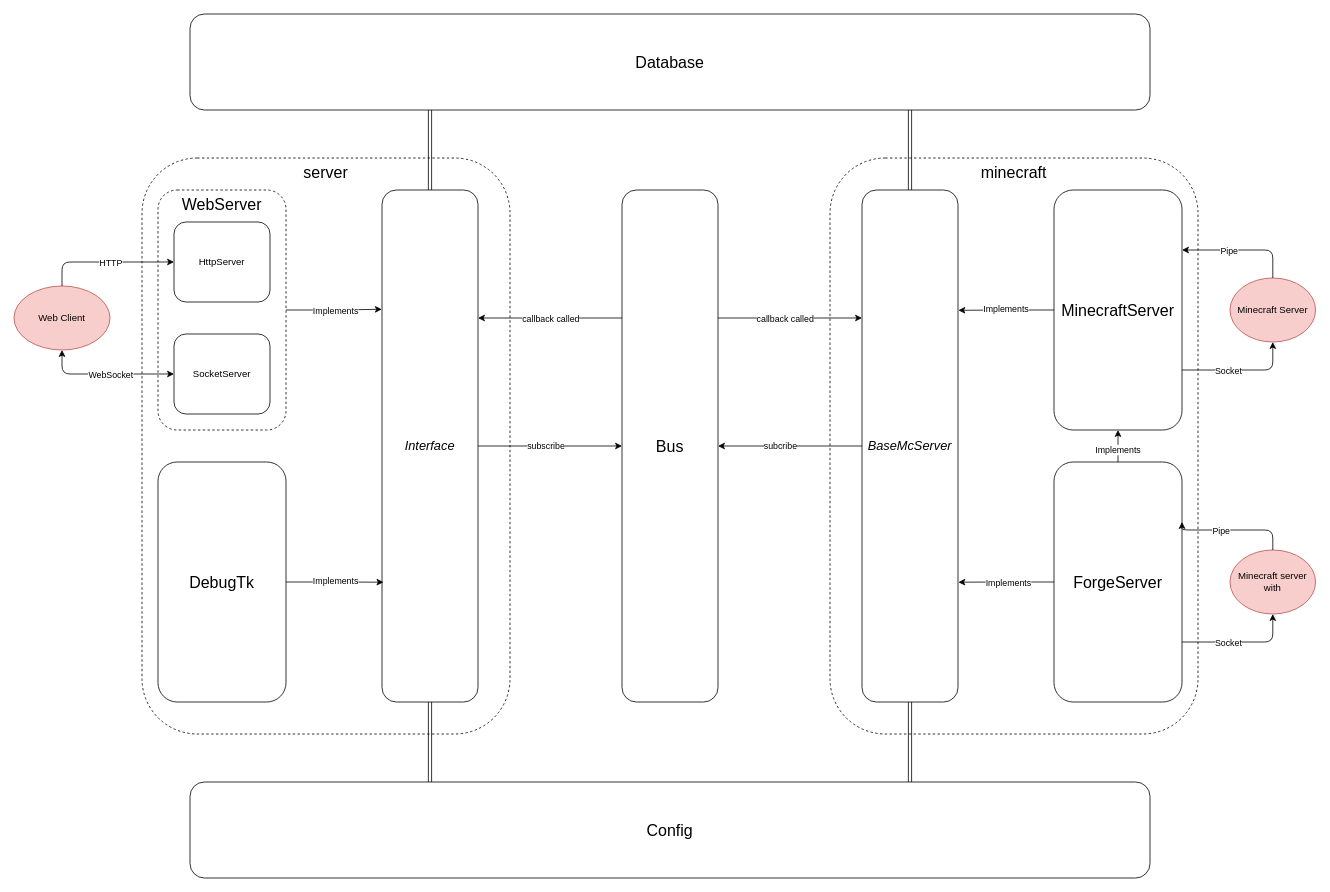
Above: Communication.drawio in modular-server-manager/server (draw.io), before the change. Source tidied: cells renumbered, new cells numbered last; positions are measured from the earlier drawing's top-left corner, leaving out a move shared by most shapes. Both pictures are drawn from the tidied source at 80%, with x=0, y=0 at pixel (14, 14).
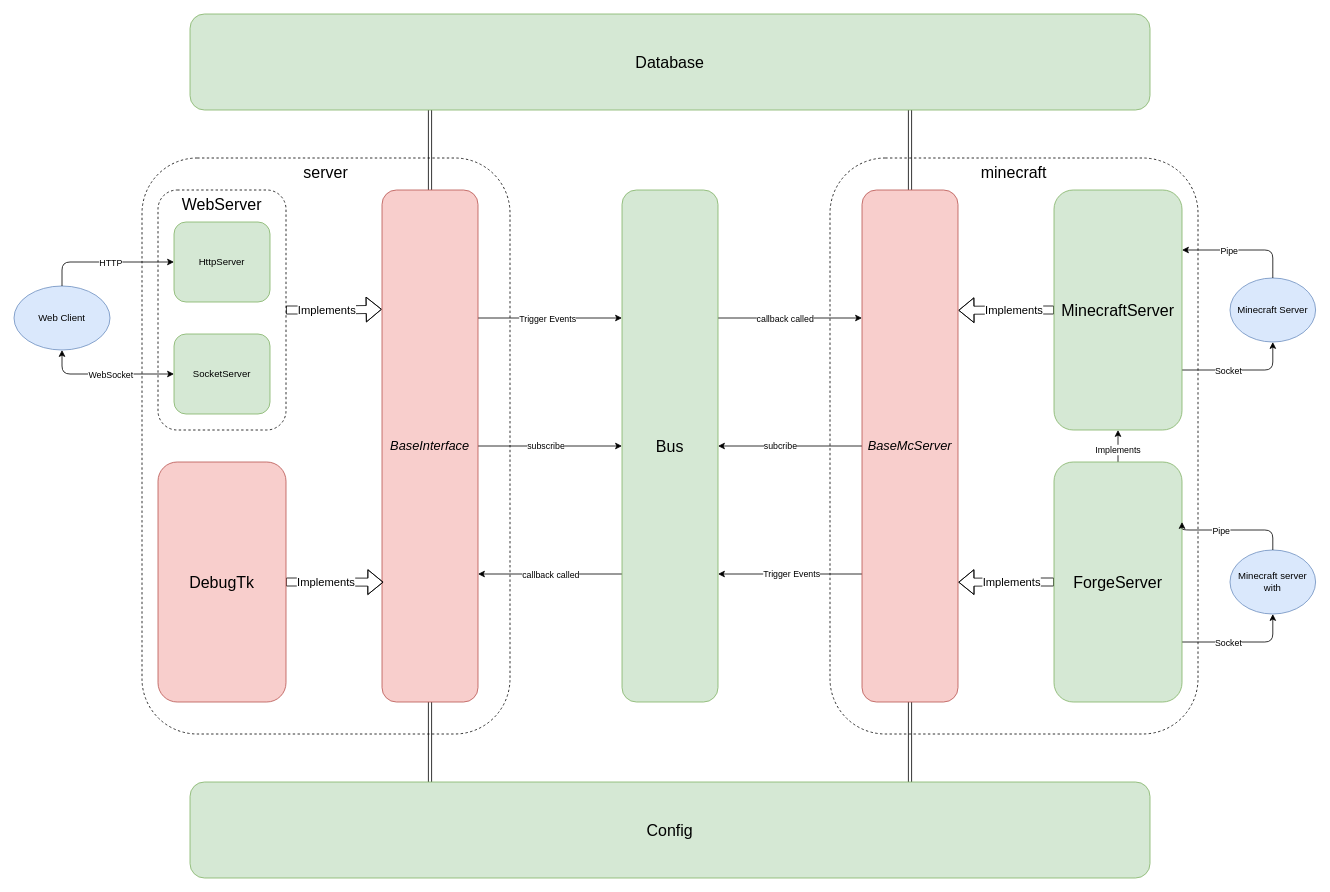
Above is the later version.

Commit message:
Updating Communication diagram

Unchanged cells that the change refers to:
```xml
<mxCell id="6" value="WebServer" style="rounded=1;whiteSpace=wrap;html=1;fillColor=none;dashed=1;align=center;verticalAlign=top;horizontal=1;fontSize=20;" parent="1" vertex="1">
  <mxGeometry x="180" y="220" width="160" height="300" as="geometry" />
</mxCell>
<mxCell id="49" style="edgeStyle=orthogonalEdgeStyle;rounded=0;jettySize=auto;html=1;exitX=1;exitY=0.25;exitDx=0;exitDy=0;entryX=0;entryY=0.25;entryDx=0;entryDy=0;" parent="1" edge="1" source="51" target="35">
  <mxGeometry relative="1" as="geometry" />
</mxCell>
```

Diff of the diagram source:
```diff
@@
-    <mxCell id="4" style="edgeStyle=orthogonalEdgeStyle;rounded=0;jettySize=auto;html=1;exitX=1;exitY=0.5;exitDx=0;exitDy=0;entryX=-0.002;entryY=0.233;entryDx=0;entryDy=0;entryPerimeter=0;" parent="1" edge="1" source="6" target="28">
+    <mxCell id="4" style="edgeStyle=orthogonalEdgeStyle;rounded=0;jettySize=auto;html=1;exitX=1;exitY=0.5;exitDx=0;exitDy=0;entryX=-0.002;entryY=0.233;entryDx=0;entryDy=0;entryPerimeter=0;shape=flexArrow;" parent="1" edge="1" source="6" target="28">
       <mxGeometry relative="1" as="geometry" />
     </mxCell>
-    <mxCell id="5" value="Implements" style="edgeLabel;html=1;align=center;verticalAlign=middle;" parent="4" vertex="1">
-      <mxGeometry x="0.03" y="-1" relative="1" as="geometry" />
+    <mxCell id="5" value="Implements" style="edgeLabel;html=1;align=center;verticalAlign=middle;fontSize=14;" parent="4" vertex="1">
+      <mxGeometry x="0.03" y="-1" relative="1" as="geometry">
+        <mxPoint x="-11" as="offset" />
+      </mxGeometry>
     </mxCell>
@@
-    <mxCell id="9" style="edgeStyle=orthogonalEdgeStyle;rounded=0;jettySize=auto;html=1;exitX=0;exitY=0.5;exitDx=0;exitDy=0;entryX=1.004;entryY=0.235;entryDx=0;entryDy=0;entryPerimeter=0;" parent="1" edge="1" source="11" target="35">
+    <mxCell id="9" style="edgeStyle=orthogonalEdgeStyle;rounded=0;jettySize=auto;html=1;exitX=0;exitY=0.5;exitDx=0;exitDy=0;entryX=1.004;entryY=0.235;entryDx=0;entryDy=0;entryPerimeter=0;shape=flexArrow;" parent="1" edge="1" source="11" target="35">
       <mxGeometry relative="1" as="geometry" />
     </mxCell>
-    <mxCell id="10" value="Implements" style="edgeLabel;html=1;align=center;verticalAlign=middle;" parent="9" vertex="1">
-      <mxGeometry x="0.01" y="-2" relative="1" as="geometry" />
+    <mxCell id="10" value="Implements" style="edgeLabel;html=1;align=center;verticalAlign=middle;fontSize=14;" parent="9" vertex="1">
+      <mxGeometry x="0.01" y="-2" relative="1" as="geometry">
+        <mxPoint x="10" y="2" as="offset" />
+      </mxGeometry>
     </mxCell>
-    <mxCell id="11" value="MinecraftServer" style="rounded=1;whiteSpace=wrap;html=1;fontSize=20;" parent="1" vertex="1">
+    <mxCell id="11" value="MinecraftServer" style="rounded=1;whiteSpace=wrap;html=1;fontSize=20;fillColor=#d5e8d4;strokeColor=#82b366;" parent="1" vertex="1">
       <mxGeometry x="1300" y="220" width="160" height="300" as="geometry" />
     </mxCell>
-    <mxCell id="12" value="Minecraft Server" style="ellipse;whiteSpace=wrap;html=1;fillColor=#f8cecc;strokeColor=#b85450;" parent="1" vertex="1">
+    <mxCell id="12" value="Minecraft Server" style="ellipse;whiteSpace=wrap;html=1;fillColor=#dae8fc;strokeColor=#6c8ebf;" parent="1" vertex="1">
       <mxGeometry x="1520" y="330" width="107" height="80" as="geometry" />
     </mxCell>
@@
-    <mxCell id="17" value="Web Client" style="ellipse;whiteSpace=wrap;html=1;fillColor=#f8cecc;strokeColor=#b85450;" parent="1" vertex="1">
+    <mxCell id="17" value="Web Client" style="ellipse;whiteSpace=wrap;html=1;fillColor=#dae8fc;strokeColor=#6c8ebf;fillStyle=auto;strokeWidth=1;shadow=0;" parent="1" vertex="1">
       <mxGeometry y="340" width="120" height="80" as="geometry" />
     </mxCell>
@@
-    <mxCell id="20" value="HttpServer" style="rounded=1;whiteSpace=wrap;html=1;" parent="1" vertex="1">
+    <mxCell id="20" value="HttpServer" style="rounded=1;whiteSpace=wrap;html=1;fillColor=#d5e8d4;strokeColor=#82b366;" parent="1" vertex="1">
       <mxGeometry x="200" y="260" width="120" height="100" as="geometry" />
     </mxCell>
-    <mxCell id="21" value="SocketServer" style="rounded=1;whiteSpace=wrap;html=1;" parent="1" vertex="1">
+    <mxCell id="21" value="SocketServer" style="rounded=1;whiteSpace=wrap;html=1;fillColor=#d5e8d4;strokeColor=#82b366;" parent="1" vertex="1">
       <mxGeometry x="200" y="400" width="120" height="100" as="geometry" />
     </mxCell>
@@
-    <mxCell id="24" value="Database" style="rounded=1;whiteSpace=wrap;html=1;fontSize=20;" parent="1" vertex="1">
+    <mxCell id="24" value="Database" style="rounded=1;whiteSpace=wrap;html=1;fontSize=20;fillColor=#d5e8d4;strokeColor=#82b366;" parent="1" vertex="1">
       <mxGeometry x="220" width="1200" height="120" as="geometry" />
     </mxCell>
@@
+    <mxCell id="52" style="edgeStyle=orthogonalEdgeStyle;rounded=0;jettySize=auto;html=1;exitX=1;exitY=0.25;exitDx=0;exitDy=0;entryX=0;entryY=0.25;entryDx=0;entryDy=0;" parent="1" edge="1" source="28" target="51">
+      <mxGeometry relative="1" as="geometry" />
+    </mxCell>
+    <mxCell id="53" value="Trigger Events" style="edgeLabel;html=1;align=center;verticalAlign=middle;" parent="52" vertex="1">
+      <mxGeometry x="0.01" y="-1" relative="1" as="geometry">
+        <mxPoint x="-5" y="-1" as="offset" />
+      </mxGeometry>
+    </mxCell>
-    <mxCell id="28" value="Interface" style="rounded=1;whiteSpace=wrap;html=1;fontSize=16;fontStyle=2;" parent="1" vertex="1">
+    <mxCell id="28" value="BaseInterface" style="rounded=1;whiteSpace=wrap;html=1;fontSize=16;fontStyle=2;fillColor=#f8cecc;strokeColor=#b85450;" parent="1" vertex="1">
       <mxGeometry x="460" y="220" width="120" height="640" as="geometry" />
     </mxCell>
-    <mxCell id="29" style="edgeStyle=orthogonalEdgeStyle;rounded=0;jettySize=auto;html=1;exitX=1;exitY=0.5;exitDx=0;exitDy=0;entryX=0.015;entryY=0.766;entryDx=0;entryDy=0;entryPerimeter=0;" parent="1" edge="1" source="31" target="28">
+    <mxCell id="29" style="edgeStyle=orthogonalEdgeStyle;rounded=0;jettySize=auto;html=1;exitX=1;exitY=0.5;exitDx=0;exitDy=0;entryX=0.015;entryY=0.766;entryDx=0;entryDy=0;entryPerimeter=0;shape=flexArrow;" parent="1" edge="1" source="31" target="28">
       <mxGeometry relative="1" as="geometry" />
     </mxCell>
-    <mxCell id="30" value="Implements" style="edgeLabel;html=1;align=center;verticalAlign=middle;" parent="29" vertex="1">
-      <mxGeometry x="0.02" y="2" relative="1" as="geometry" />
+    <mxCell id="30" value="Implements" style="edgeLabel;html=1;align=center;verticalAlign=middle;fontSize=14;" parent="29" vertex="1">
+      <mxGeometry x="0.02" y="2" relative="1" as="geometry">
+        <mxPoint x="-12" y="2" as="offset" />
+      </mxGeometry>
     </mxCell>
-    <mxCell id="31" value="DebugTk" style="rounded=1;whiteSpace=wrap;html=1;fontSize=20;" parent="1" vertex="1">
+    <mxCell id="31" value="DebugTk" style="rounded=1;whiteSpace=wrap;html=1;fontSize=20;fillColor=#f8cecc;strokeColor=#b85450;" parent="1" vertex="1">
       <mxGeometry x="180" y="560" width="160" height="300" as="geometry" />
     </mxCell>
@@
+    <mxCell id="54" style="edgeStyle=orthogonalEdgeStyle;rounded=0;jettySize=auto;html=1;exitX=0;exitY=0.75;exitDx=0;exitDy=0;entryX=1;entryY=0.75;entryDx=0;entryDy=0;" parent="1" edge="1" source="35" target="51">
+      <mxGeometry relative="1" as="geometry" />
+    </mxCell>
+    <mxCell id="55" value="Trigger Events" style="edgeLabel;html=1;align=center;verticalAlign=middle;" parent="54" vertex="1">
+      <mxGeometry x="-0.01" y="-1" relative="1" as="geometry" />
+    </mxCell>
-    <mxCell id="35" value="BaseMcServer" style="rounded=1;whiteSpace=wrap;html=1;fontSize=16;fontStyle=2;horizontal=1;" parent="1" vertex="1">
+    <mxCell id="35" value="BaseMcServer" style="rounded=1;whiteSpace=wrap;html=1;fontSize=16;fontStyle=2;horizontal=1;fillColor=#f8cecc;strokeColor=#b85450;" parent="1" vertex="1">
       <mxGeometry x="1060" y="220" width="120" height="640" as="geometry" />
     </mxCell>
-    <mxCell id="36" value="Config" style="rounded=1;whiteSpace=wrap;html=1;fontSize=20;" parent="1" vertex="1">
+    <mxCell id="36" value="Config" style="rounded=1;whiteSpace=wrap;html=1;fontSize=20;fillColor=#d5e8d4;strokeColor=#82b366;" parent="1" vertex="1">
       <mxGeometry x="220" y="960" width="1200" height="120" as="geometry" />
     </mxCell>
@@
-    <mxCell id="39" style="edgeStyle=orthogonalEdgeStyle;rounded=0;jettySize=auto;html=1;exitX=0;exitY=0.5;exitDx=0;exitDy=0;entryX=1.004;entryY=0.766;entryDx=0;entryDy=0;entryPerimeter=0;" parent="1" edge="1" source="43" target="35">
+    <mxCell id="39" style="edgeStyle=orthogonalEdgeStyle;rounded=0;jettySize=auto;html=1;exitX=0;exitY=0.5;exitDx=0;exitDy=0;entryX=1.004;entryY=0.766;entryDx=0;entryDy=0;entryPerimeter=0;shape=flexArrow;" parent="1" edge="1" source="43" target="35">
       <mxGeometry relative="1" as="geometry" />
     </mxCell>
-    <mxCell id="40" value="Implements" style="edgeLabel;html=1;align=center;verticalAlign=middle;" parent="39" vertex="1">
-      <mxGeometry x="-0.03" y="1" relative="1" as="geometry" />
+    <mxCell id="40" value="Implements" style="edgeLabel;html=1;align=center;verticalAlign=middle;fontSize=14;" parent="39" vertex="1">
+      <mxGeometry x="-0.03" y="1" relative="1" as="geometry">
+        <mxPoint x="4" y="-1" as="offset" />
+      </mxGeometry>
     </mxCell>
@@
-    <mxCell id="43" value="ForgeServer" style="rounded=1;whiteSpace=wrap;html=1;fontSize=20;" parent="1" vertex="1">
+    <mxCell id="43" value="ForgeServer" style="rounded=1;whiteSpace=wrap;html=1;fontSize=20;fillColor=#d5e8d4;strokeColor=#82b366;" parent="1" vertex="1">
       <mxGeometry x="1300" y="560" width="160" height="300" as="geometry" />
     </mxCell>
-    <mxCell id="44" value="Minecraft server with" style="ellipse;whiteSpace=wrap;html=1;fillColor=#f8cecc;strokeColor=#b85450;" parent="1" vertex="1">
+    <mxCell id="44" value="Minecraft server with" style="ellipse;whiteSpace=wrap;html=1;fillColor=#dae8fc;strokeColor=#6c8ebf;" parent="1" vertex="1">
       <mxGeometry x="1520" y="670" width="107" height="80" as="geometry" />
     </mxCell>
@@
-    <mxCell id="47" style="edgeStyle=orthogonalEdgeStyle;rounded=0;jettySize=auto;html=1;exitX=0;exitY=0.25;exitDx=0;exitDy=0;entryX=1;entryY=0.25;entryDx=0;entryDy=0;" parent="1" edge="1" source="51" target="28">
+    <mxCell id="47" style="edgeStyle=orthogonalEdgeStyle;rounded=0;jettySize=auto;html=1;exitX=0;exitY=0.75;exitDx=0;exitDy=0;entryX=1;entryY=0.75;entryDx=0;entryDy=0;" parent="1" edge="1" source="51" target="28">
       <mxGeometry relative="1" as="geometry" />
     </mxCell>
     <mxCell id="48" value="callback called" style="edgeLabel;html=1;align=center;verticalAlign=middle;" parent="47" vertex="1">
-      <mxGeometry y="1" relative="1" as="geometry" />
+      <mxGeometry y="1" relative="1" as="geometry">
+        <mxPoint y="-1" as="offset" />
+      </mxGeometry>
     </mxCell>
@@
     <mxCell id="50" value="callback called" style="edgeLabel;html=1;align=center;verticalAlign=middle;" parent="49" vertex="1">
-      <mxGeometry x="-0.08" y="-1" relative="1" as="geometry" />
+      <mxGeometry x="-0.08" y="-1" relative="1" as="geometry">
+        <mxPoint y="-1" as="offset" />
+      </mxGeometry>
     </mxCell>
-    <mxCell id="51" value="Bus" style="rounded=1;whiteSpace=wrap;html=1;fontSize=20;" parent="1" vertex="1">
+    <mxCell id="51" value="Bus" style="rounded=1;whiteSpace=wrap;html=1;fontSize=20;fillColor=#d5e8d4;strokeColor=#82b366;" parent="1" vertex="1">
       <mxGeometry x="760" y="220" width="120" height="640" as="geometry" />
     </mxCell>
```
